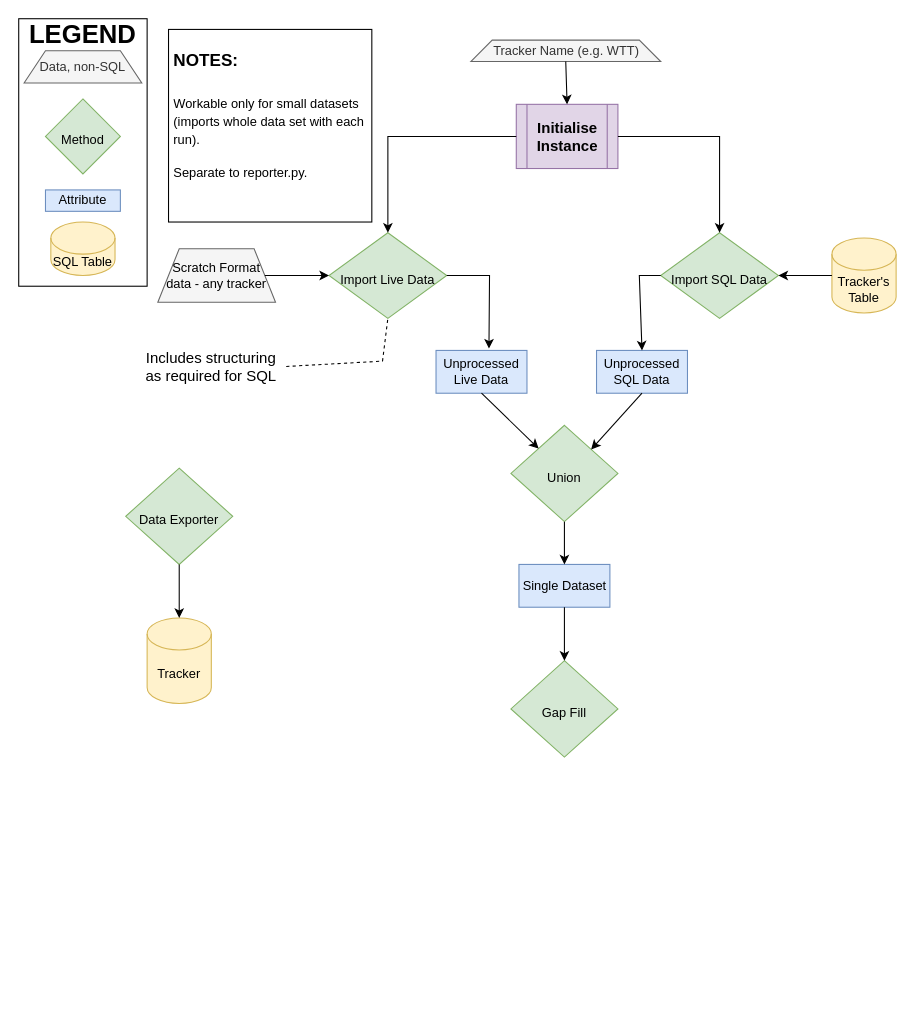
This is Import-Export-Structure.drawio from ancollis757/trackingtables, a draw.io file, before an edit. Source tidied: cells renumbered, new cells numbered last; positions are measured from the earlier drawing's top-left corner, leaving out a move shared by most shapes. Both pictures are drawn from the tidied source at 107%, with x=0, y=0 at pixel (18, 18).
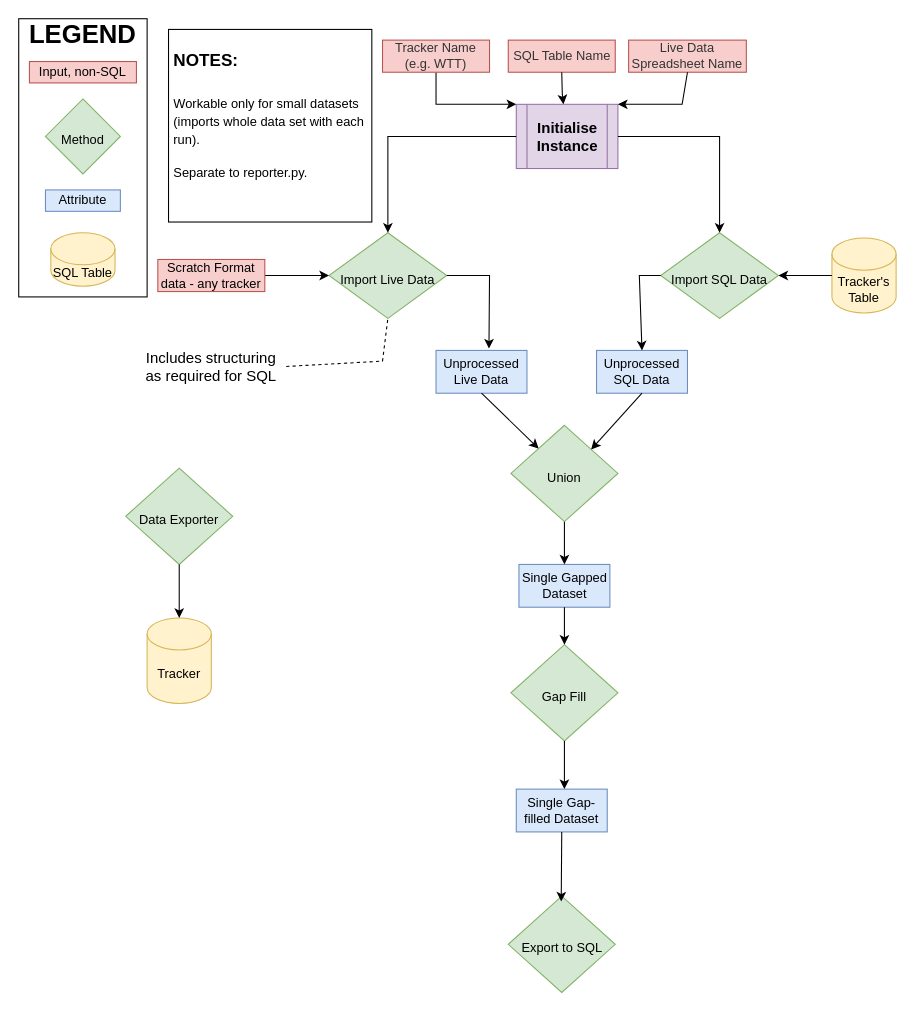
After the change.

Unchanged cells that the change refers to:
```xml
<mxCell id="13" value="&lt;font style=&quot;font-size: 14px;&quot;&gt;&lt;b&gt;Initialise Instance&lt;/b&gt;&lt;/font&gt;" style="shape=process;whiteSpace=wrap;html=1;backgroundOutline=1;fontSize=12;fillColor=#e1d5e7;strokeColor=#9673a6;" parent="1" vertex="1">
  <mxGeometry x="465" y="80" width="95" height="60" as="geometry" />
</mxCell>
<mxCell id="21" value="&lt;font style=&quot;font-size: 12px;&quot;&gt;Import Live Data&lt;/font&gt;" style="rhombus;whiteSpace=wrap;html=1;fontSize=24;fillColor=#d5e8d4;strokeColor=#82b366;" parent="1" vertex="1">
  <mxGeometry x="290" y="200" width="110" height="80" as="geometry" />
</mxCell>
```

Diff of the diagram source:
```diff
@@
     <mxCell id="2" style="rounded=0;whiteSpace=wrap;html=1;fontSize=14;fillColor=none;" parent="1" vertex="1">
-      <mxGeometry width="120" height="250" as="geometry" />
+      <mxGeometry width="120" height="260" as="geometry" />
     </mxCell>
@@
     <mxCell id="6" value="SQL Table" style="shape=cylinder3;whiteSpace=wrap;html=1;boundedLbl=1;backgroundOutline=1;size=15;fontSize=12;fillColor=#fff2cc;strokeColor=#d6b656;" parent="1" vertex="1">
-      <mxGeometry x="30" y="190" width="60" height="50" as="geometry" />
+      <mxGeometry x="30" y="200" width="60" height="50" as="geometry" />
     </mxCell>
@@
-    <mxCell id="14" value="Data, non-SQL" style="shape=trapezoid;perimeter=trapezoidPerimeter;whiteSpace=wrap;html=1;fixedSize=1;fontSize=12;fillColor=#f5f5f5;fontColor=#333333;strokeColor=#666666;" parent="1" vertex="1">
-      <mxGeometry x="5" y="30" width="110" height="30" as="geometry" />
-    </mxCell>
-    <mxCell id="15" value="&lt;span style=&quot;color: rgb(0, 0, 0);&quot;&gt;Scratch Format data - any tracker&lt;/span&gt;" style="shape=trapezoid;perimeter=trapezoidPerimeter;whiteSpace=wrap;html=1;fixedSize=1;fontSize=12;fillColor=#f5f5f5;fontColor=#333333;strokeColor=#666666;" parent="1" vertex="1">
-      <mxGeometry x="130" y="215" width="110" height="50" as="geometry" />
-    </mxCell>
-    <mxCell id="16" value="Tracker Name (e.g. WTT)" style="shape=trapezoid;perimeter=trapezoidPerimeter;whiteSpace=wrap;html=1;fixedSize=1;fontSize=12;fillColor=#f5f5f5;fontColor=#333333;strokeColor=#666666;" parent="1" vertex="1">
-      <mxGeometry x="422.5" y="20" width="177.5" height="20" as="geometry" />
-    </mxCell>
-    <mxCell id="17" style="endArrow=classic;html=1;rounded=0;fontSize=12;exitX=0.5;exitY=1;exitDx=0;exitDy=0;entryX=0.5;entryY=0;entryDx=0;entryDy=0;" parent="1" edge="1" source="16" target="13">
-      <mxGeometry relative="1" as="geometry" />
+    <mxCell id="17" style="endArrow=classic;html=1;rounded=0;fontSize=12;exitX=0.5;exitY=1;exitDx=0;exitDy=0;entryX=0;entryY=0;entryDx=0;entryDy=0;" parent="1" edge="1" source="16" target="13">
+      <mxGeometry relative="1" as="geometry">
+        <Array as="points">
+          <mxPoint x="390" y="80" />
+        </Array>
+      </mxGeometry>
     </mxCell>
@@
-    <mxCell id="23" style="endArrow=classic;html=1;rounded=0;fontSize=12;exitX=1;exitY=0.5;exitDx=0;exitDy=0;entryX=0;entryY=0.5;entryDx=0;entryDy=0;" parent="1" edge="1" source="15" target="21">
-      <mxGeometry relative="1" as="geometry" />
+    <mxCell id="23" style="endArrow=classic;html=1;rounded=0;fontSize=12;exitX=1;exitY=0.5;exitDx=0;exitDy=0;entryX=0;entryY=0.5;entryDx=0;entryDy=0;" parent="1" edge="1" target="21">
+      <mxGeometry relative="1" as="geometry">
+        <mxPoint x="230" y="240" as="sourcePoint" />
+      </mxGeometry>
     </mxCell>
@@
-    <mxCell id="32" value="Single Dataset" style="rounded=0;whiteSpace=wrap;html=1;fillColor=#dae8fc;strokeColor=#6c8ebf;" parent="1" vertex="1">
+    <mxCell id="32" value="Single Gapped Dataset" style="rounded=0;whiteSpace=wrap;html=1;fillColor=#dae8fc;strokeColor=#6c8ebf;" parent="1" vertex="1">
       <mxGeometry x="467.5" y="510" width="85" height="40" as="geometry" />
     </mxCell>
     <mxCell id="33" value="&lt;span style=&quot;font-size: 12px;&quot;&gt;Gap Fill&lt;/span&gt;" style="rhombus;whiteSpace=wrap;html=1;fontSize=24;fillColor=#d5e8d4;strokeColor=#82b366;" parent="1" vertex="1">
-      <mxGeometry x="460" y="600" width="100" height="90" as="geometry" />
+      <mxGeometry x="460" y="585" width="100" height="90" as="geometry" />
     </mxCell>
@@
+    <mxCell id="36" value="Single Gap-filled Dataset" style="rounded=0;whiteSpace=wrap;html=1;fillColor=#dae8fc;strokeColor=#6c8ebf;" parent="1" vertex="1">
+      <mxGeometry x="465" y="720" width="85" height="40" as="geometry" />
+    </mxCell>
+    <mxCell id="37" style="endArrow=classic;html=1;rounded=0;fontSize=12;exitX=0.5;exitY=1;exitDx=0;exitDy=0;" parent="1" edge="1" source="33" target="36">
+      <mxGeometry relative="1" as="geometry">
+        <Array as="points">
+          <mxPoint x="510" y="720" />
+        </Array>
+      </mxGeometry>
+    </mxCell>
+    <mxCell id="38" value="&lt;span style=&quot;font-size: 12px;&quot;&gt;Export to SQL&lt;/span&gt;" style="rhombus;whiteSpace=wrap;html=1;fontSize=24;fillColor=#d5e8d4;strokeColor=#82b366;" parent="1" vertex="1">
+      <mxGeometry x="457.5" y="820" width="100" height="90" as="geometry" />
+    </mxCell>
+    <mxCell id="39" style="endArrow=classic;html=1;rounded=0;fontSize=12;exitX=0.5;exitY=1;exitDx=0;exitDy=0;" parent="1" edge="1" source="36">
+      <mxGeometry relative="1" as="geometry">
+        <mxPoint x="507" y="825" as="targetPoint" />
+        <Array as="points">
+          <mxPoint x="507" y="825" />
+        </Array>
+      </mxGeometry>
+    </mxCell>
+    <mxCell id="40" value="Input, non-SQL" style="rounded=0;whiteSpace=wrap;html=1;fillColor=#f8cecc;strokeColor=#b85450;" parent="1" vertex="1">
+      <mxGeometry x="10" y="40" width="100" height="20" as="geometry" />
+    </mxCell>
+    <mxCell id="15" value="Scratch Format data - any tracker" style="rounded=0;whiteSpace=wrap;html=1;fillColor=#f8cecc;strokeColor=#b85450;" parent="1" vertex="1">
+      <mxGeometry x="130" y="225" width="100" height="30" as="geometry" />
+    </mxCell>
+    <mxCell id="16" value="&lt;span style=&quot;color: rgb(51, 51, 51);&quot;&gt;Tracker Name (e.g. WTT)&lt;/span&gt;" style="rounded=0;whiteSpace=wrap;html=1;fillColor=#f8cecc;strokeColor=#b85450;" parent="1" vertex="1">
+      <mxGeometry x="340" y="20" width="100" height="30" as="geometry" />
+    </mxCell>
+    <mxCell id="41" value="&lt;span style=&quot;color: rgb(51, 51, 51);&quot;&gt;SQL Table Name&lt;/span&gt;" style="rounded=0;whiteSpace=wrap;html=1;fillColor=#f8cecc;strokeColor=#b85450;" parent="1" vertex="1">
+      <mxGeometry x="457.5" y="20" width="100" height="30" as="geometry" />
+    </mxCell>
+    <mxCell id="42" style="endArrow=classic;html=1;rounded=0;fontSize=12;exitX=0.5;exitY=1;exitDx=0;exitDy=0;" parent="1" edge="1" source="41" target="13">
+      <mxGeometry relative="1" as="geometry">
+        <Array as="points">
+          <mxPoint x="508" y="70" />
+        </Array>
+      </mxGeometry>
+    </mxCell>
+    <mxCell id="43" value="&lt;span style=&quot;color: rgb(51, 51, 51);&quot;&gt;Live Data Spreadsheet Name&lt;/span&gt;" style="rounded=0;whiteSpace=wrap;html=1;fillColor=#f8cecc;strokeColor=#b85450;" parent="1" vertex="1">
+      <mxGeometry x="570" y="20" width="110" height="30" as="geometry" />
+    </mxCell>
+    <mxCell id="44" style="endArrow=classic;html=1;rounded=0;fontSize=12;exitX=0.5;exitY=1;exitDx=0;exitDy=0;entryX=1;entryY=0;entryDx=0;entryDy=0;" parent="1" edge="1" source="43" target="13">
+      <mxGeometry relative="1" as="geometry">
+        <Array as="points">
+          <mxPoint x="620" y="80" />
+        </Array>
+      </mxGeometry>
+    </mxCell>
```
